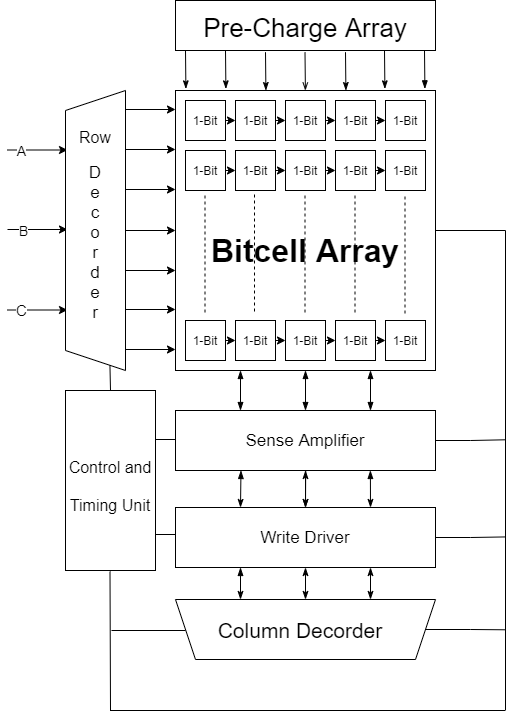
This is Images/6T_SRAM_Architecture.png from Khadgaray/6T_SRAM, a draw.io export, as it was before one commit. Source tidied: cells renumbered, new cells last; positions are measured from the earlier drawing's top-left corner, leaving out a move shared by most shapes.
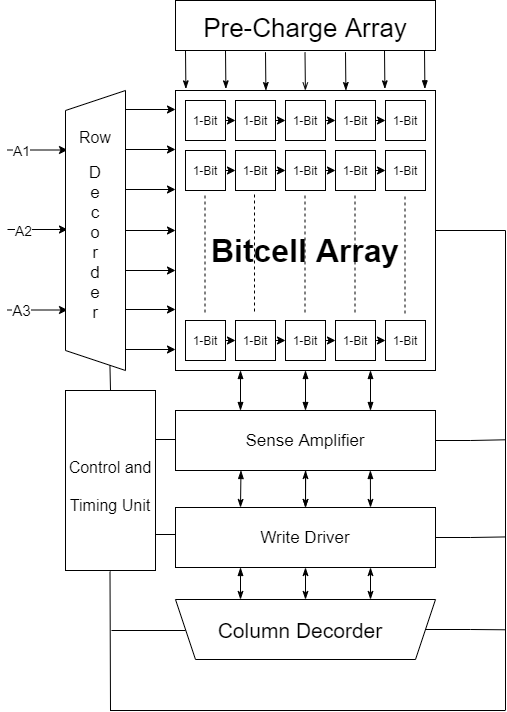
After the commit.

What changed in the source:
```diff
@@ -215,7 +215,7 @@
         <mxPoint x="112" y="149.5" as="targetPoint" />
       </mxGeometry>
     </mxCell>
-    <mxCell id="59" value="&lt;font style=&quot;font-size: 14px;&quot;&gt;A&lt;/font&gt;" style="edgeLabel;html=1;align=center;verticalAlign=middle;fontSize=14;" parent="58" vertex="1">
+    <mxCell id="59" value="&lt;font style=&quot;font-size: 14px&quot;&gt;A1&lt;/font&gt;" style="edgeLabel;html=1;align=center;verticalAlign=middle;fontSize=14;" parent="58" vertex="1">
       <mxGeometry x="-0.57" relative="1" as="geometry" />
     </mxCell>
     <mxCell id="60" style="endArrow=classic;html=1;" parent="1" edge="1">
@@ -224,7 +224,7 @@
         <mxPoint x="112" y="229" as="targetPoint" />
       </mxGeometry>
     </mxCell>
-    <mxCell id="61" value="&lt;font style=&quot;font-size: 14px&quot;&gt;B&lt;/font&gt;" style="edgeLabel;html=1;align=center;verticalAlign=middle;" parent="60" vertex="1">
+    <mxCell id="61" value="&lt;font style=&quot;font-size: 14px&quot;&gt;A2&lt;/font&gt;" style="edgeLabel;html=1;align=center;verticalAlign=middle;" parent="60" vertex="1">
       <mxGeometry x="-0.51" relative="1" as="geometry" />
     </mxCell>
     <mxCell id="62" style="endArrow=classic;html=1;" parent="1" edge="1">
@@ -233,7 +233,7 @@
         <mxPoint x="112" y="309.5" as="targetPoint" />
       </mxGeometry>
     </mxCell>
-    <mxCell id="63" value="&lt;font style=&quot;font-size: 15px;&quot;&gt;C&lt;/font&gt;" style="edgeLabel;html=1;align=center;verticalAlign=middle;fontSize=15;" parent="62" vertex="1">
+    <mxCell id="63" value="&lt;font style=&quot;font-size: 15px&quot;&gt;A3&lt;/font&gt;" style="edgeLabel;html=1;align=center;verticalAlign=middle;fontSize=15;" parent="62" vertex="1">
       <mxGeometry x="-0.57" relative="1" as="geometry" />
     </mxCell>
     <mxCell id="64" style="edgeStyle=orthogonalEdgeStyle;rounded=0;jettySize=auto;html=1;exitX=0.25;exitY=0;exitDx=0;exitDy=0;entryX=0.25;entryY=1;entryDx=0;entryDy=0;fontSize=14;endArrow=blockThin;endFill=1;startArrow=blockThin;startFill=1;" parent="1" edge="1" source="69" target="2">
```
